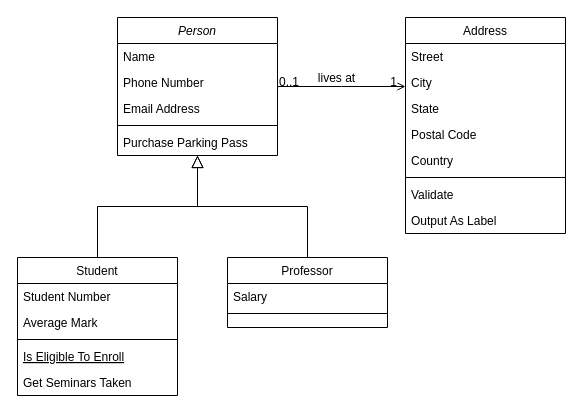
Above: Диаграмма без названия.drawio in David-Dzhivanyan/lab_software_development_technologies (draw.io), before the change. Source tidied: cells renumbered, new cells numbered last; positions are measured from the earlier drawing's top-left corner, leaving out a move shared by most shapes. Both pictures are drawn from the tidied source at 100%, with x=0, y=0 at pixel (17, 17).
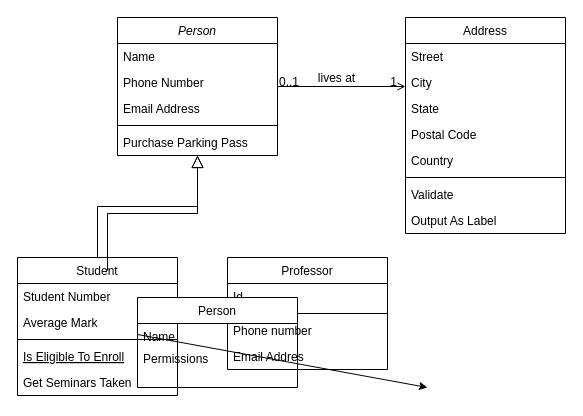
Above is the later version.

The change refers to these unchanged cells:
```xml
<mxCell id="2" value="Person" style="swimlane;fontStyle=2;align=center;verticalAlign=top;horizontal=1;startSize=26;rounded=0;shadow=0;strokeWidth=1;" parent="1" vertex="1">
  <mxGeometry x="100" width="160" height="138" as="geometry" />
</mxCell>
```

Diff of the diagram source:
```diff
@@
     <mxCell id="15" value="Professor" style="swimlane;fontStyle=0;align=center;verticalAlign=top;horizontal=1;startSize=26;rounded=0;shadow=0;strokeWidth=1;" parent="1" vertex="1">
-      <mxGeometry x="210" y="240" width="160" height="70" as="geometry" />
+      <mxGeometry x="210" y="240" width="160" height="112" as="geometry" />
     </mxCell>
-    <mxCell id="16" value="Salary" style="text;align=left;verticalAlign=top;spacingLeft=4;spacingRight=4;overflow=hidden;" parent="15" vertex="1">
+    <mxCell id="16" value="Id" style="text;align=left;verticalAlign=top;spacingLeft=4;spacingRight=4;overflow=hidden;" parent="15" vertex="1">
       <mxGeometry y="26" width="160" height="26" as="geometry" />
     </mxCell>
@@
+    <mxCell id="32" value="Phone number" style="text;align=left;verticalAlign=top;spacingLeft=4;spacingRight=4;overflow=hidden;" parent="15" vertex="1">
+      <mxGeometry y="60" width="160" height="26" as="geometry" />
+    </mxCell>
+    <mxCell id="33" value="Email Addres" style="text;align=left;verticalAlign=top;spacingLeft=4;spacingRight=4;overflow=hidden;" parent="15" vertex="1">
+      <mxGeometry y="86" width="160" height="26" as="geometry" />
+    </mxCell>
-    <mxCell id="18" style="endArrow=block;endSize=10;endFill=0;shadow=0;strokeWidth=1;rounded=0;edgeStyle=elbowEdgeStyle;elbow=vertical;" parent="1" edge="1" source="15" target="2">
-      <mxGeometry relative="1" as="geometry" />
+    <mxCell id="18" style="endArrow=block;endSize=10;endFill=0;shadow=0;strokeWidth=1;rounded=0;edgeStyle=elbowEdgeStyle;elbow=vertical;exitX=0.5;exitY=0;exitDx=0;exitDy=0;entryX=0.5;entryY=1;entryDx=0;entryDy=0;" parent="1" edge="1" target="2">
+      <mxGeometry relative="1" as="geometry">
+        <mxPoint x="90" y="253" as="sourcePoint" />
+      </mxGeometry>
     </mxCell>
@@
+    <mxCell id="34" style="edgeStyle=orthogonalEdgeStyle;rounded=0;orthogonalLoop=1;jettySize=auto;html=1;exitX=0.5;exitY=0;exitDx=0;exitDy=0;" parent="1" edge="1">
+      <mxGeometry relative="1" as="geometry">
+        <mxPoint x="200" y="400" as="targetPoint" />
+        <Array as="points">
+          <mxPoint x="40" y="400" />
+          <mxPoint x="41" y="400" />
+        </Array>
+      </mxGeometry>
+    </mxCell>
+    <mxCell id="35" value="Person" style="swimlane;fontStyle=0;align=center;verticalAlign=top;horizontal=1;startSize=26;rounded=0;shadow=0;strokeWidth=1;" parent="1" vertex="1">
+      <mxGeometry x="120" y="280" width="160" height="90" as="geometry" />
+    </mxCell>
+    <mxCell id="36" value="Name" style="text;align=left;verticalAlign=top;spacingLeft=4;spacingRight=4;overflow=hidden;points=[[0,0.5],[1,0.5]];portConstraint=eastwest;" parent="35" vertex="1">
+      <mxGeometry y="26" width="160" height="22" as="geometry" />
+    </mxCell>
+    <mxCell id="37" value="Permissions" style="text;align=left;verticalAlign=top;spacingLeft=4;spacingRight=4;overflow=hidden;" parent="35" vertex="1">
+      <mxGeometry y="48" width="160" height="22" as="geometry" />
+    </mxCell>
+    <mxCell id="38" style="endArrow=classic;html=1;rounded=0;exitX=0;exitY=0.5;exitDx=0;exitDy=0;entryX=1;entryY=0.115;entryDx=0;entryDy=0;entryPerimeter=0;" parent="1" edge="1" source="36">
+      <mxGeometry relative="1" as="geometry">
+        <mxPoint x="410" y="370" as="targetPoint" />
+      </mxGeometry>
+    </mxCell>
```
